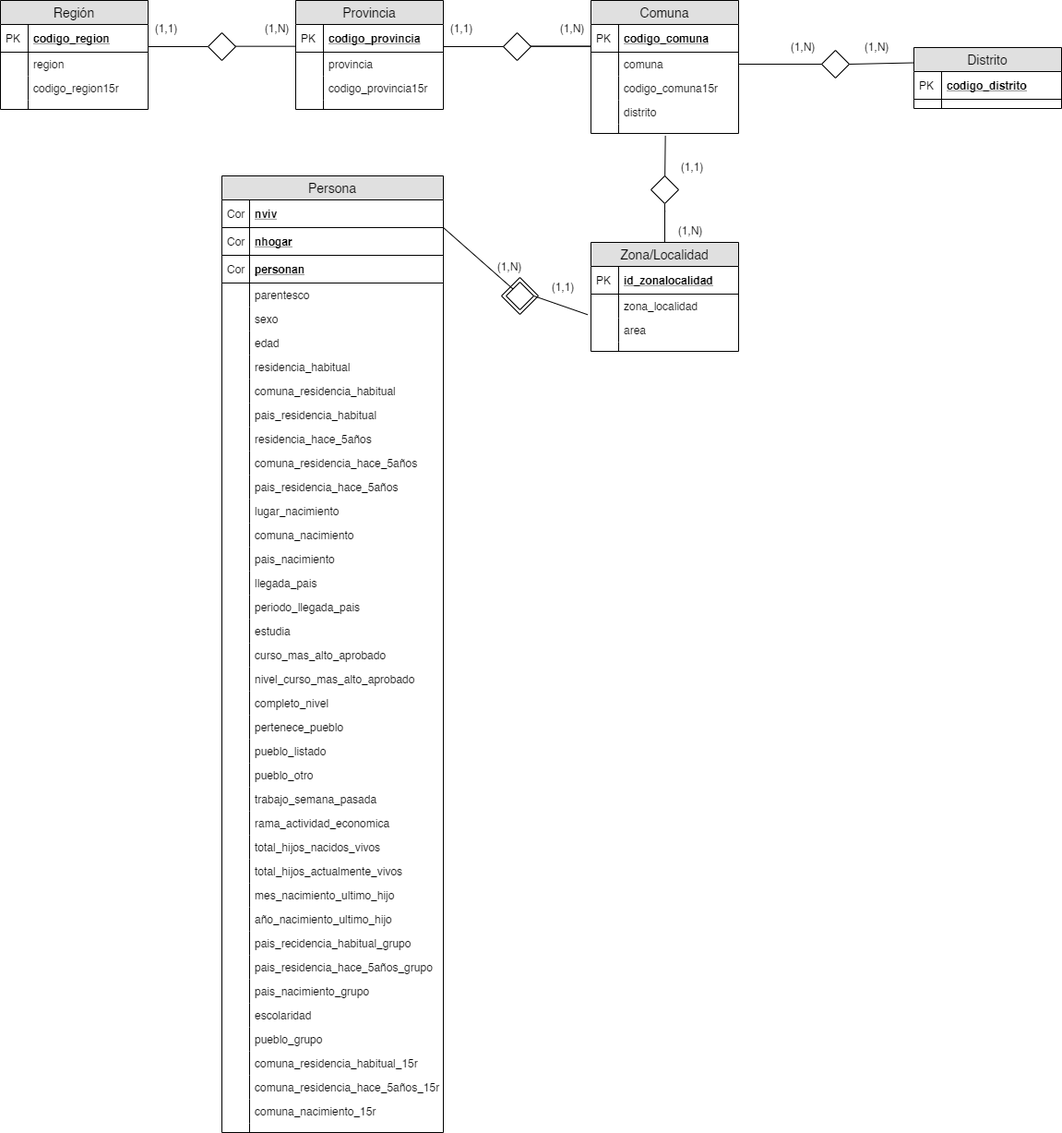
Earlier version of the draw.io export censo.png (geraldbustosm/censo_etl). Source tidied: cells renumbered, new cells last; positions are measured from the earlier drawing's top-left corner, leaving out a move shared by most shapes.
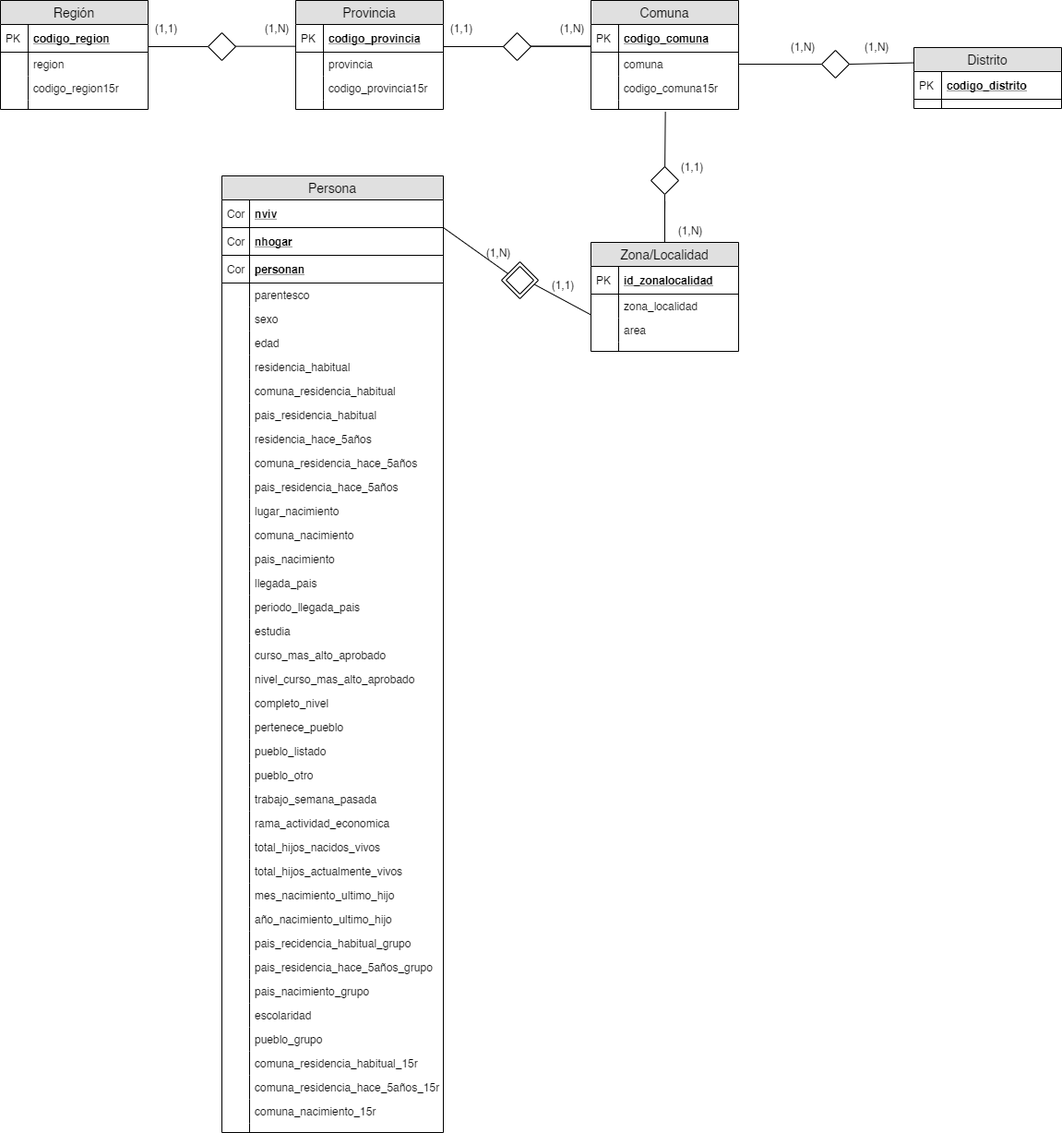
The same diagram one commit later.

The edit, as a diff of the source:
```diff
@@ -3,7 +3,7 @@
     <mxCell id="0" />
     <mxCell id="1" parent="0" />
     <mxCell id="2" style="rhombus;whiteSpace=wrap;html=1;" parent="1" vertex="1">
-      <mxGeometry x="543" y="300" width="40" height="40" as="geometry" />
+      <mxGeometry x="543" y="283" width="40" height="40" as="geometry" />
     </mxCell>
     <mxCell id="3" value="Región" style="swimlane;fontStyle=0;horizontal=1;startSize=26;fillColor=#e0e0e0;swimlaneFillColor=#ffffff;align=center;fontSize=14;" parent="1" vertex="1">
       <mxGeometry width="160" height="118" as="geometry" />
@@ -60,7 +60,7 @@
       <mxGeometry width="30" height="10" as="geometry" />
     </mxCell>
     <mxCell id="21" value="Comuna" style="swimlane;fontStyle=0;horizontal=1;startSize=26;fillColor=#e0e0e0;swimlaneFillColor=#ffffff;align=center;fontSize=14;" parent="1" vertex="1">
-      <mxGeometry x="640" width="160" height="144" as="geometry" />
+      <mxGeometry x="640" width="160" height="118" as="geometry" />
     </mxCell>
     <mxCell id="22" value="codigo_comuna" style="shape=partialRectangle;top=0;left=0;right=0;bottom=1;align=left;verticalAlign=middle;fillColor=none;spacingLeft=34;spacingRight=4;overflow=hidden;fontStyle=5;fontSize=12;" parent="21" vertex="1">
       <mxGeometry y="26" width="160" height="30" as="geometry" />
@@ -80,14 +80,8 @@
     <mxCell id="27" style="shape=partialRectangle;top=0;left=0;bottom=0;fillColor=none;align=left;verticalAlign=top;spacingLeft=4;spacingRight=4;overflow=hidden;fontSize=12;" parent="26" vertex="1">
       <mxGeometry width="30" height="26" as="geometry" />
     </mxCell>
-    <mxCell id="28" value="distrito" style="shape=partialRectangle;top=0;left=0;right=0;bottom=0;align=left;verticalAlign=top;fillColor=none;spacingLeft=34;spacingRight=4;overflow=hidden;fontSize=12;" parent="21" vertex="1">
-      <mxGeometry y="108" width="160" height="26" as="geometry" />
-    </mxCell>
-    <mxCell id="29" style="shape=partialRectangle;top=0;left=0;bottom=0;fillColor=none;align=left;verticalAlign=top;spacingLeft=4;spacingRight=4;overflow=hidden;fontSize=12;" parent="28" vertex="1">
-      <mxGeometry width="30" height="26" as="geometry" />
-    </mxCell>
     <mxCell id="30" style="shape=partialRectangle;top=0;left=0;right=0;bottom=0;align=left;verticalAlign=top;fillColor=none;spacingLeft=34;spacingRight=4;overflow=hidden;points=[[0,0.5],[1,0.5]];portConstraint=eastwest;fontSize=12;" parent="21" vertex="1">
-      <mxGeometry y="134" width="160" height="10" as="geometry" />
+      <mxGeometry y="108" width="160" height="10" as="geometry" />
     </mxCell>
     <mxCell id="31" style="shape=partialRectangle;top=0;left=0;bottom=0;fillColor=none;align=left;verticalAlign=top;spacingLeft=4;spacingRight=4;overflow=hidden;fontSize=12;" parent="30" vertex="1">
       <mxGeometry width="30" height="10" as="geometry" />
@@ -372,15 +366,15 @@
         <mxPoint x="640" y="49.7" as="targetPoint" />
       </mxGeometry>
     </mxCell>
-    <mxCell id="122" style="endArrow=none;html=1;rounded=0;entryX=0;entryY=0;entryDx=0;entryDy=0;" parent="1" edge="1" target="123">
+    <mxCell id="122" style="endArrow=none;html=1;rounded=0;entryX=0.164;entryY=0.313;entryDx=0;entryDy=0;entryPerimeter=0;" parent="1" edge="1" target="2">
       <mxGeometry relative="1" as="geometry">
         <mxPoint x="480" y="246" as="sourcePoint" />
       </mxGeometry>
     </mxCell>
     <mxCell id="123" style="shape=rhombus;perimeter=rhombusPerimeter;whiteSpace=wrap;html=1;align=center;" parent="1" vertex="1">
-      <mxGeometry x="548" y="305" width="30" height="30" as="geometry" />
+      <mxGeometry x="548" y="288" width="30" height="30" as="geometry" />
     </mxCell>
-    <mxCell id="124" style="endArrow=none;html=1;rounded=0;entryX=-0.022;entryY=-0.142;entryDx=0;entryDy=0;exitX=1;exitY=0.5;exitDx=0;exitDy=0;entryPerimeter=0;" parent="1" edge="1" source="123" target="149">
+    <mxCell id="124" style="endArrow=none;html=1;rounded=0;entryX=0.005;entryY=-0.118;entryDx=0;entryDy=0;exitX=0.903;exitY=0.619;exitDx=0;exitDy=0;entryPerimeter=0;exitPerimeter=0;" parent="1" edge="1" source="2" target="149">
       <mxGeometry relative="1" as="geometry" />
     </mxCell>
     <mxCell id="125" style="endArrow=none;html=1;rounded=0;entryX=0;entryY=0.5;entryDx=0;entryDy=0;exitX=1;exitY=0.5;exitDx=0;exitDy=0;" parent="1" edge="1" source="24" target="126">
@@ -417,10 +411,10 @@
       <mxGeometry x="600" y="20" width="40" height="20" as="geometry" />
     </mxCell>
     <mxCell id="134" value="(1,N)" style="text;html=1;strokeColor=none;fillColor=none;align=center;verticalAlign=middle;whiteSpace=wrap;rounded=0;" parent="1" vertex="1">
-      <mxGeometry x="532" y="278" width="40" height="20" as="geometry" />
+      <mxGeometry x="520" y="263" width="40" height="20" as="geometry" />
     </mxCell>
     <mxCell id="135" value="(1,1)" style="text;html=1;strokeColor=none;fillColor=none;align=center;verticalAlign=middle;whiteSpace=wrap;rounded=0;" parent="1" vertex="1">
-      <mxGeometry x="590" y="300" width="40" height="20" as="geometry" />
+      <mxGeometry x="590" y="298" width="40" height="20" as="geometry" />
     </mxCell>
     <mxCell id="136" value="(1,N)" style="text;html=1;strokeColor=none;fillColor=none;align=center;verticalAlign=middle;whiteSpace=wrap;rounded=0;" parent="1" vertex="1">
       <mxGeometry x="930" y="40" width="40" height="20" as="geometry" />
@@ -443,7 +437,7 @@
       </mxGeometry>
     </mxCell>
     <mxCell id="142" style="shape=rhombus;perimeter=rhombusPerimeter;whiteSpace=wrap;html=1;align=center;" parent="1" vertex="1">
-      <mxGeometry x="705" y="190" width="30" height="30" as="geometry" />
+      <mxGeometry x="705" y="180" width="30" height="30" as="geometry" />
     </mxCell>
     <mxCell id="143" style="endArrow=none;html=1;rounded=0;exitX=0.504;exitY=1.267;exitDx=0;exitDy=0;exitPerimeter=0;" parent="1" edge="1" source="30" target="142">
       <mxGeometry relative="1" as="geometry" />
```
